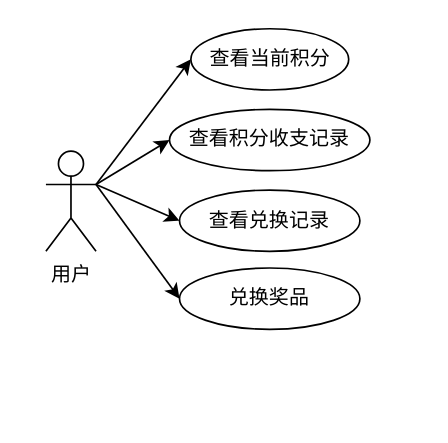
mochaDMQ/myPicture keeps this draw.io diagram as 积分模块.drawio. Above is the earlier version. Source tidied: cells renumbered, new cells numbered last; positions are measured from the earlier drawing's top-left corner, leaving out a move shared by most shapes. Both pictures are drawn from the tidied source at 167%, with x=0, y=0 at pixel (45, 28).
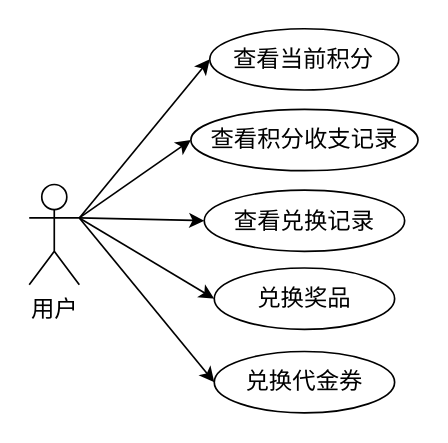
After the change.

Commit message:
更新积分模块.drawio

The edit, as a diff of the source:
```diff
@@
 <mxGraphModel>
   <root>
     <mxCell id="0" />
     <mxCell id="1" parent="0" />
-    <mxCell id="2" style="edgeStyle=none;rounded=0;jettySize=auto;html=1;exitX=1;exitY=0.3333333333333333;exitDx=0;exitDy=0;exitPerimeter=0;entryX=0;entryY=0.5;entryDx=0;entryDy=0;" parent="1" edge="1" source="6" target="7">
+    <mxCell id="2" style="edgeStyle=none;rounded=0;jettySize=auto;html=1;exitX=1;exitY=0.3333333333333333;exitDx=0;exitDy=0;exitPerimeter=0;entryX=0;entryY=0.5;entryDx=0;entryDy=0;fontSize=14;fontFamily=宋体;" parent="1" edge="1" source="6" target="7">
       <mxGeometry relative="1" as="geometry" />
     </mxCell>
-    <mxCell id="3" style="edgeStyle=none;rounded=0;jettySize=auto;html=1;exitX=1;exitY=0.3333333333333333;exitDx=0;exitDy=0;exitPerimeter=0;entryX=0;entryY=0.5;entryDx=0;entryDy=0;" parent="1" edge="1" source="6" target="8">
+    <mxCell id="3" style="edgeStyle=none;rounded=0;jettySize=auto;html=1;exitX=1;exitY=0.3333333333333333;exitDx=0;exitDy=0;exitPerimeter=0;entryX=0;entryY=0.5;entryDx=0;entryDy=0;fontSize=14;fontFamily=宋体;" parent="1" edge="1" source="6" target="8">
       <mxGeometry relative="1" as="geometry" />
     </mxCell>
-    <mxCell id="4" style="edgeStyle=none;rounded=0;jettySize=auto;html=1;exitX=1;exitY=0.3333333333333333;exitDx=0;exitDy=0;exitPerimeter=0;entryX=0;entryY=0.5;entryDx=0;entryDy=0;" parent="1" edge="1" source="6" target="9">
+    <mxCell id="4" style="edgeStyle=none;rounded=0;jettySize=auto;html=1;exitX=1;exitY=0.3333333333333333;exitDx=0;exitDy=0;exitPerimeter=0;entryX=0;entryY=0.5;entryDx=0;entryDy=0;fontSize=14;fontFamily=宋体;" parent="1" edge="1" source="6" target="9">
       <mxGeometry relative="1" as="geometry" />
     </mxCell>
-    <mxCell id="5" style="edgeStyle=none;rounded=0;jettySize=auto;html=1;exitX=1;exitY=0.3333333333333333;exitDx=0;exitDy=0;exitPerimeter=0;entryX=0;entryY=0.5;entryDx=0;entryDy=0;" parent="1" edge="1" source="6" target="10">
+    <mxCell id="5" style="edgeStyle=none;rounded=0;jettySize=auto;html=1;exitX=1;exitY=0.3333333333333333;exitDx=0;exitDy=0;exitPerimeter=0;entryX=0;entryY=0.5;entryDx=0;entryDy=0;fontSize=14;fontFamily=宋体;" parent="1" edge="1" source="6" target="10">
       <mxGeometry relative="1" as="geometry" />
     </mxCell>
+    <mxCell id="11" style="rounded=0;jettySize=auto;html=1;exitX=1;exitY=0.3333333333333333;exitDx=0;exitDy=0;exitPerimeter=0;entryX=0;entryY=0.5;entryDx=0;entryDy=0;" parent="1" edge="1" source="6" target="12">
+      <mxGeometry relative="1" as="geometry" />
+    </mxCell>
-    <mxCell id="6" value="用户" style="shape=umlActor;verticalLabelPosition=bottom;verticalAlign=top;html=1;outlineConnect=0;" parent="1" vertex="1">
-      <mxGeometry y="73" width="30" height="60" as="geometry" />
+    <mxCell id="6" value="用户" style="shape=umlActor;verticalLabelPosition=bottom;verticalAlign=top;html=1;outlineConnect=0;fontSize=14;fontFamily=宋体;" parent="1" vertex="1">
+      <mxGeometry x="-10" y="93" width="30" height="60" as="geometry" />
     </mxCell>
-    <mxCell id="7" value="查看当前积分" style="ellipse;whiteSpace=wrap;html=1;" parent="1" vertex="1">
-      <mxGeometry x="86.8" y="-0.3" width="94.5" height="36.7" as="geometry" />
+    <mxCell id="7" value="查看当前积分" style="ellipse;whiteSpace=wrap;html=1;fontSize=14;fontFamily=宋体;" parent="1" vertex="1">
+      <mxGeometry x="98.1" y="-0.3" width="113.2" height="36.7" as="geometry" />
     </mxCell>
-    <mxCell id="8" value="查看积分收支记录" style="ellipse;whiteSpace=wrap;html=1;" parent="1" vertex="1">
-      <mxGeometry x="74" y="48" width="120" height="36.7" as="geometry" />
+    <mxCell id="8" value="查看积分收支记录" style="ellipse;whiteSpace=wrap;html=1;fontSize=14;fontFamily=宋体;" parent="1" vertex="1">
+      <mxGeometry x="86.8" y="48" width="136" height="36.7" as="geometry" />
     </mxCell>
-    <mxCell id="9" value="查看兑换记录" style="ellipse;whiteSpace=wrap;html=1;" parent="1" vertex="1">
-      <mxGeometry x="80" y="96.3" width="108" height="36.7" as="geometry" />
+    <mxCell id="9" value="查看兑换记录" style="ellipse;whiteSpace=wrap;html=1;fontSize=14;fontFamily=宋体;" parent="1" vertex="1">
+      <mxGeometry x="94.8" y="96.3" width="120" height="36.7" as="geometry" />
     </mxCell>
-    <mxCell id="10" value="兑换奖品" style="ellipse;whiteSpace=wrap;html=1;" parent="1" vertex="1">
-      <mxGeometry x="80" y="143" width="108" height="36.7" as="geometry" />
+    <mxCell id="10" value="兑换奖品" style="ellipse;whiteSpace=wrap;html=1;fontSize=14;fontFamily=宋体;" parent="1" vertex="1">
+      <mxGeometry x="100.8" y="143" width="108" height="36.7" as="geometry" />
     </mxCell>
+    <mxCell id="12" value="兑换代金券" style="ellipse;whiteSpace=wrap;html=1;fontSize=14;fontFamily=宋体;" parent="1" vertex="1">
+      <mxGeometry x="100.8" y="193" width="108" height="36.7" as="geometry" />
+    </mxCell>
   </root>
 </mxGraphModel>
```
